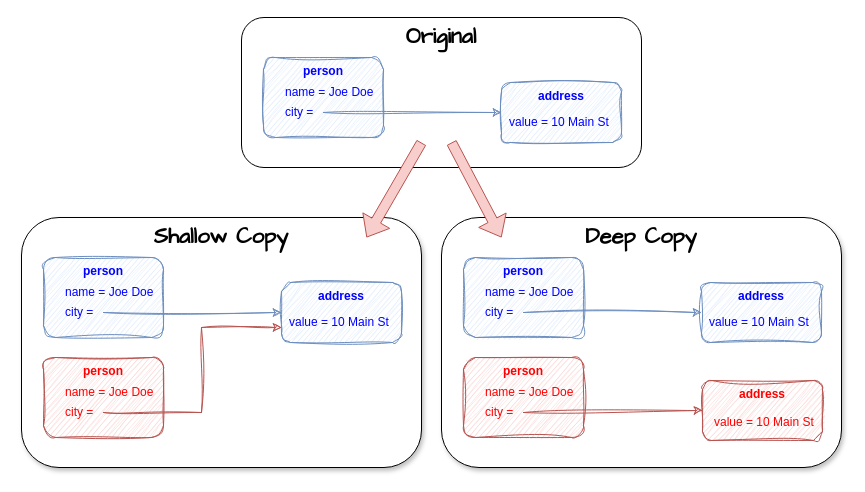
Above: deep-vs-shallow-copy/2023-12-01-java-shallow-and-deep-copy.drawio in gbornia/baeldung-articles (draw.io), before the change. Source tidied: cells renumbered, new cells numbered last; positions are measured from the earlier drawing's top-left corner, leaving out a move shared by most shapes. Both pictures are drawn from the tidied source at 100%, with x=0, y=0 at pixel (21, 17).
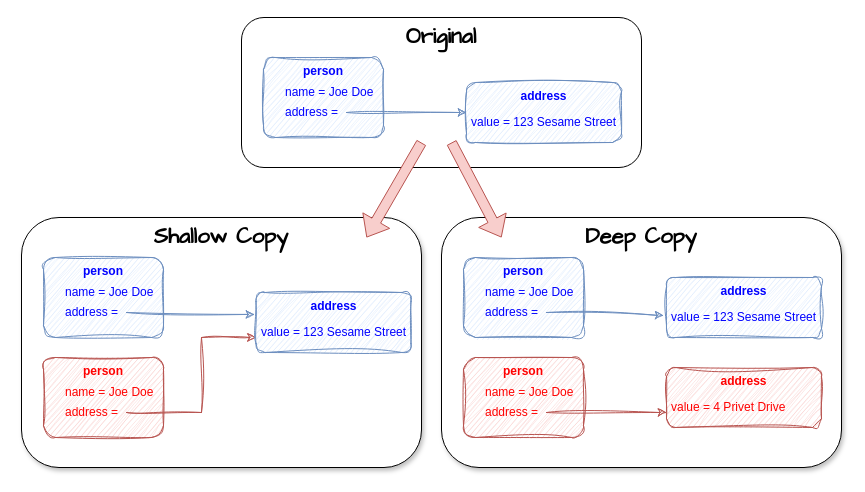
After the change.

What changed in the source:
```diff
@@
-    <mxCell id="6" value="city =" style="text;html=1;strokeColor=none;fillColor=none;align=left;verticalAlign=middle;whiteSpace=wrap;rounded=0;fontColor=#0000FF;" parent="1" vertex="1">
-      <mxGeometry x="262" y="80" width="40" height="30" as="geometry" />
+    <mxCell id="6" value="address =" style="text;html=1;strokeColor=none;fillColor=none;align=left;verticalAlign=middle;whiteSpace=wrap;rounded=0;fontColor=#0000FF;" parent="1" vertex="1">
+      <mxGeometry x="262" y="80" width="63" height="30" as="geometry" />
     </mxCell>
     <mxCell id="7" value="address" style="rounded=1;whiteSpace=wrap;html=1;sketch=1;curveFitting=1;jiggle=2;fillColor=#dae8fc;strokeColor=#6c8ebf;fontStyle=1;verticalAlign=top;fontColor=#0000FF;" parent="1" vertex="1">
-      <mxGeometry x="480" y="65" width="120" height="60" as="geometry" />
+      <mxGeometry x="445" y="65" width="155" height="60" as="geometry" />
     </mxCell>
-    <mxCell id="8" value="value = 10 Main St" style="text;html=1;strokeColor=none;fillColor=none;align=left;verticalAlign=middle;whiteSpace=wrap;rounded=0;fontColor=#0000FF;" parent="1" vertex="1">
-      <mxGeometry x="486" y="90" width="110" height="30" as="geometry" />
+    <mxCell id="8" value="value =&amp;nbsp;123 Sesame Street" style="text;html=1;strokeColor=none;fillColor=none;align=left;verticalAlign=middle;whiteSpace=wrap;rounded=0;fontColor=#0000FF;" parent="1" vertex="1">
+      <mxGeometry x="448" y="90" width="149" height="30" as="geometry" />
     </mxCell>
@@
-    <mxCell id="12" style="rounded=0;jettySize=auto;html=1;exitX=1;exitY=0.5;exitDx=0;exitDy=0;entryX=0;entryY=0.5;entryDx=0;entryDy=0;sketch=1;curveFitting=1;jiggle=2;fontColor=#0000FF;fillColor=#dae8fc;strokeColor=#6c8ebf;" parent="1" edge="1" source="13" target="14">
+    <mxCell id="12" style="rounded=0;jettySize=auto;html=1;exitX=1;exitY=0.5;exitDx=0;exitDy=0;entryX=-0.01;entryY=0.367;entryDx=0;entryDy=0;sketch=1;curveFitting=1;jiggle=2;fontColor=#0000FF;fillColor=#dae8fc;strokeColor=#6c8ebf;entryPerimeter=0;" parent="1" edge="1" source="13" target="35">
       <mxGeometry relative="1" as="geometry" />
     </mxCell>
-    <mxCell id="13" value="city =" style="text;html=1;strokeColor=none;fillColor=none;align=left;verticalAlign=middle;whiteSpace=wrap;rounded=0;fontColor=#0000FF;" parent="1" vertex="1">
-      <mxGeometry x="42" y="280" width="40" height="30" as="geometry" />
+    <mxCell id="13" value="address =" style="text;html=1;strokeColor=none;fillColor=none;align=left;verticalAlign=middle;whiteSpace=wrap;rounded=0;fontColor=#0000FF;" parent="1" vertex="1">
+      <mxGeometry x="42" y="280" width="63" height="30" as="geometry" />
     </mxCell>
-    <mxCell id="14" value="address" style="rounded=1;whiteSpace=wrap;html=1;sketch=1;curveFitting=1;jiggle=2;fillColor=#dae8fc;strokeColor=#6c8ebf;fontStyle=1;verticalAlign=top;fontColor=#0000FF;" parent="1" vertex="1">
-      <mxGeometry x="260" y="265" width="120" height="60" as="geometry" />
-    </mxCell>
-    <mxCell id="15" value="value = 10 Main St" style="text;html=1;strokeColor=none;fillColor=none;align=left;verticalAlign=middle;whiteSpace=wrap;rounded=0;fontColor=#0000FF;" parent="1" vertex="1">
-      <mxGeometry x="266" y="290" width="110" height="30" as="geometry" />
-    </mxCell>
@@
-    <mxCell id="18" value="city =" style="text;html=1;strokeColor=none;fillColor=none;align=left;verticalAlign=middle;whiteSpace=wrap;rounded=0;fontColor=#FF0000;" parent="1" vertex="1">
-      <mxGeometry x="42" y="380" width="40" height="30" as="geometry" />
+    <mxCell id="18" value="address =" style="text;html=1;strokeColor=none;fillColor=none;align=left;verticalAlign=middle;whiteSpace=wrap;rounded=0;fontColor=#FF0000;" parent="1" vertex="1">
+      <mxGeometry x="42" y="380" width="63" height="30" as="geometry" />
     </mxCell>
-    <mxCell id="19" style="rounded=0;jettySize=auto;html=1;exitX=1;exitY=0.5;exitDx=0;exitDy=0;sketch=1;curveFitting=1;jiggle=2;fontColor=#FF0000;fillColor=#f8cecc;strokeColor=#b85450;entryX=0;entryY=0.75;entryDx=0;entryDy=0;" parent="1" edge="1" source="18" target="14">
+    <mxCell id="19" style="rounded=0;jettySize=auto;html=1;exitX=1;exitY=0.5;exitDx=0;exitDy=0;sketch=1;curveFitting=1;jiggle=2;fontColor=#FF0000;fillColor=#f8cecc;strokeColor=#b85450;entryX=0;entryY=0.75;entryDx=0;entryDy=0;" parent="1" edge="1" source="18" target="35">
       <mxGeometry relative="1" as="geometry">
         <Array as="points">
           <mxPoint x="180" y="395" />
-          <mxPoint x="180" y="310" />
+          <mxPoint x="180" y="320" />
         </Array>
       </mxGeometry>
     </mxCell>
@@
-    <mxCell id="23" style="rounded=0;jettySize=auto;html=1;exitX=1;exitY=0.5;exitDx=0;exitDy=0;entryX=0;entryY=0.5;entryDx=0;entryDy=0;sketch=1;curveFitting=1;jiggle=2;fontColor=#0000FF;fillColor=#dae8fc;strokeColor=#6c8ebf;" parent="1" edge="1" source="24" target="25">
+    <mxCell id="23" style="rounded=0;jettySize=auto;html=1;exitX=1;exitY=0.5;exitDx=0;exitDy=0;entryX=-0.04;entryY=0.433;entryDx=0;entryDy=0;sketch=1;curveFitting=1;jiggle=2;fontColor=#0000FF;fillColor=#dae8fc;strokeColor=#6c8ebf;entryPerimeter=0;" parent="1" edge="1" source="24" target="38">
       <mxGeometry relative="1" as="geometry" />
     </mxCell>
-    <mxCell id="24" value="city =" style="text;html=1;strokeColor=none;fillColor=none;align=left;verticalAlign=middle;whiteSpace=wrap;rounded=0;fontColor=#0000FF;" parent="1" vertex="1">
-      <mxGeometry x="462" y="280" width="40" height="30" as="geometry" />
+    <mxCell id="24" value="address =" style="text;html=1;strokeColor=none;fillColor=none;align=left;verticalAlign=middle;whiteSpace=wrap;rounded=0;fontColor=#0000FF;" parent="1" vertex="1">
+      <mxGeometry x="462" y="280" width="63" height="30" as="geometry" />
     </mxCell>
-    <mxCell id="25" value="address" style="rounded=1;whiteSpace=wrap;html=1;sketch=1;curveFitting=1;jiggle=2;fillColor=#dae8fc;strokeColor=#6c8ebf;fontStyle=1;verticalAlign=top;fontColor=#0000FF;" parent="1" vertex="1">
-      <mxGeometry x="680" y="265" width="120" height="60" as="geometry" />
-    </mxCell>
-    <mxCell id="26" value="value = 10 Main St" style="text;html=1;strokeColor=none;fillColor=none;align=left;verticalAlign=middle;whiteSpace=wrap;rounded=0;fontColor=#0000FF;" parent="1" vertex="1">
-      <mxGeometry x="686" y="290" width="110" height="30" as="geometry" />
-    </mxCell>
@@
-    <mxCell id="29" value="city =" style="text;html=1;strokeColor=none;fillColor=none;align=left;verticalAlign=middle;whiteSpace=wrap;rounded=0;fontColor=#FF0000;" parent="1" vertex="1">
-      <mxGeometry x="462" y="380" width="40" height="30" as="geometry" />
+    <mxCell id="29" value="address =" style="text;html=1;strokeColor=none;fillColor=none;align=left;verticalAlign=middle;whiteSpace=wrap;rounded=0;fontColor=#FF0000;" parent="1" vertex="1">
+      <mxGeometry x="462" y="380" width="63" height="30" as="geometry" />
     </mxCell>
-    <mxCell id="30" style="rounded=0;jettySize=auto;html=1;exitX=1;exitY=0.5;exitDx=0;exitDy=0;sketch=1;curveFitting=1;jiggle=2;fontColor=#FF0000;fillColor=#f8cecc;strokeColor=#b85450;entryX=0;entryY=0.5;entryDx=0;entryDy=0;" parent="1" edge="1" source="29" target="31">
+    <mxCell id="30" style="rounded=0;jettySize=auto;html=1;exitX=1;exitY=0.5;exitDx=0;exitDy=0;sketch=1;curveFitting=1;jiggle=2;fontColor=#FF0000;fillColor=#f8cecc;strokeColor=#b85450;entryX=0;entryY=0.75;entryDx=0;entryDy=0;" parent="1" edge="1" source="29" target="31">
       <mxGeometry relative="1" as="geometry" />
     </mxCell>
-    <mxCell id="31" value="address" style="rounded=1;whiteSpace=wrap;html=1;sketch=1;curveFitting=1;jiggle=2;fillColor=#f8cecc;strokeColor=#b85450;fontStyle=1;verticalAlign=top;fontColor=#FF0000;" parent="1" vertex="1">
-      <mxGeometry x="681" y="363" width="120" height="60" as="geometry" />
-    </mxCell>
-    <mxCell id="32" value="value = 10 Main St" style="text;html=1;strokeColor=none;fillColor=none;align=left;verticalAlign=middle;whiteSpace=wrap;rounded=0;fontColor=#FF0000;" parent="1" vertex="1">
-      <mxGeometry x="691" y="390" width="110" height="30" as="geometry" />
-    </mxCell>
@@
+    <mxCell id="35" value="address" style="rounded=1;whiteSpace=wrap;html=1;sketch=1;curveFitting=1;jiggle=2;fillColor=#dae8fc;strokeColor=#6c8ebf;fontStyle=1;verticalAlign=top;fontColor=#0000FF;" parent="1" vertex="1">
+      <mxGeometry x="234.5" y="275" width="155" height="60" as="geometry" />
+    </mxCell>
+    <mxCell id="36" value="value =&amp;nbsp;123 Sesame Street" style="text;html=1;strokeColor=none;fillColor=none;align=left;verticalAlign=middle;whiteSpace=wrap;rounded=0;fontColor=#0000FF;" parent="1" vertex="1">
+      <mxGeometry x="237.5" y="300" width="149" height="30" as="geometry" />
+    </mxCell>
+    <mxCell id="37" value="address" style="rounded=1;whiteSpace=wrap;html=1;sketch=1;curveFitting=1;jiggle=2;fillColor=#dae8fc;strokeColor=#6c8ebf;fontStyle=1;verticalAlign=top;fontColor=#0000FF;" parent="1" vertex="1">
+      <mxGeometry x="645" y="260" width="155" height="60" as="geometry" />
+    </mxCell>
+    <mxCell id="38" value="value =&amp;nbsp;123 Sesame Street" style="text;html=1;strokeColor=none;fillColor=none;align=left;verticalAlign=middle;whiteSpace=wrap;rounded=0;fontColor=#0000FF;" parent="1" vertex="1">
+      <mxGeometry x="648" y="285" width="149" height="30" as="geometry" />
+    </mxCell>
+    <mxCell id="31" value="address" style="rounded=1;whiteSpace=wrap;html=1;sketch=1;curveFitting=1;jiggle=2;fillColor=#f8cecc;strokeColor=#b85450;fontStyle=1;verticalAlign=top;fontColor=#FF0000;" parent="1" vertex="1">
+      <mxGeometry x="645" y="350" width="155" height="60" as="geometry" />
+    </mxCell>
+    <mxCell id="39" value="value =&amp;nbsp;4 Privet Drive" style="text;html=1;strokeColor=none;fillColor=none;align=left;verticalAlign=middle;whiteSpace=wrap;rounded=0;fontColor=#FF0000;" parent="1" vertex="1">
+      <mxGeometry x="648" y="375" width="149" height="30" as="geometry" />
+    </mxCell>
```
